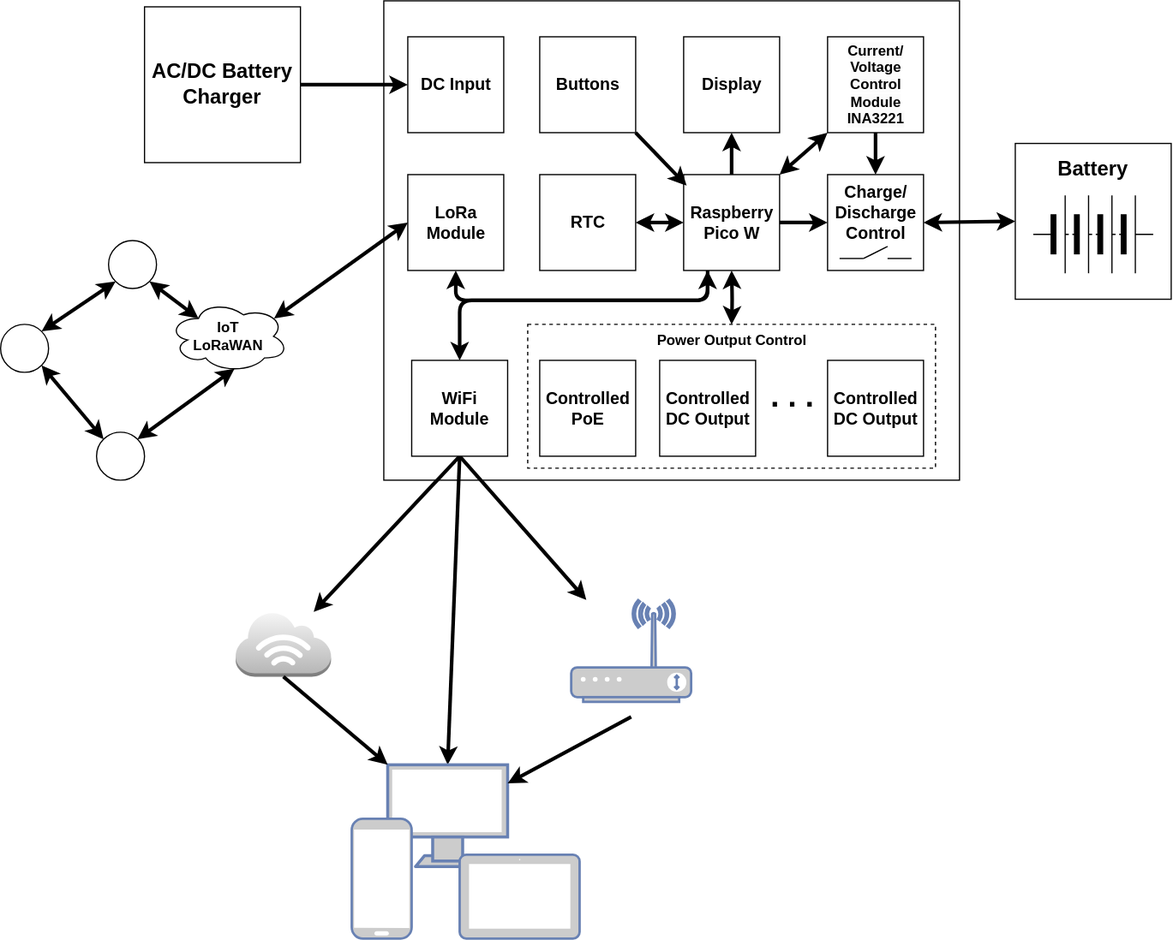
Above: docs/general_idea.drawio.svg in kdimonych/lead_barry (draw.io), before the change. Source tidied: cells renumbered, new cells last; positions are measured from the earlier drawing's top-left corner, leaving out a move shared by most shapes. Its diagram source:
```xml
<mxGraphModel background="#ffffff">
  <root>
    <mxCell id="0" />
    <mxCell id="1" parent="0" />
    <mxCell id="2" style="rounded=0;whiteSpace=wrap;html=1;fontFamily=Helvetica;fontSize=11;fontColor=default;labelBackgroundColor=default;fillColor=none;" parent="1" vertex="1">
      <mxGeometry x="319.5" width="480" height="400" as="geometry" />
    </mxCell>
    <mxCell id="3" style="group;" parent="1" vertex="1">
      <mxGeometry x="846" y="119" width="130" height="130" as="geometry" />
    </mxCell>
    <mxCell id="4" style="rounded=0;whiteSpace=wrap;html=1;" parent="3" vertex="1">
      <mxGeometry width="130" height="130" as="geometry" />
    </mxCell>
    <mxCell id="5" style="verticalLabelPosition=bottom;shadow=0;dashed=0;align=center;html=1;verticalAlign=top;shape=mxgraph.electrical.miscellaneous.batteryStack;" parent="3" vertex="1">
      <mxGeometry x="15" y="43.3" width="100" height="65" as="geometry" />
    </mxCell>
    <mxCell id="6" value="Battery" style="text;html=1;align=center;verticalAlign=middle;whiteSpace=wrap;rounded=0;fontSize=17;fontStyle=1;" parent="3" vertex="1">
      <mxGeometry width="130" height="43.3" as="geometry" />
    </mxCell>
    <mxCell id="7" value="LoRa Module" style="whiteSpace=wrap;html=1;fontSize=14;fontStyle=1;" parent="1" vertex="1">
      <mxGeometry x="339.5" y="145" width="80" height="80" as="geometry" />
    </mxCell>
    <mxCell id="8" value="Display" style="whiteSpace=wrap;html=1;fontSize=14;fontStyle=1;" parent="1" vertex="1">
      <mxGeometry x="569.5" y="30" width="80" height="80" as="geometry" />
    </mxCell>
    <mxCell id="9" value="RTC" style="whiteSpace=wrap;html=1;fontSize=14;fontStyle=1;" parent="1" vertex="1">
      <mxGeometry x="449.5" y="145" width="80" height="80" as="geometry" />
    </mxCell>
    <mxCell id="10" value="Buttons" style="whiteSpace=wrap;html=1;fontSize=14;fontStyle=1;" parent="1" vertex="1">
      <mxGeometry x="449.5" y="30" width="80" height="80" as="geometry" />
    </mxCell>
    <mxCell id="11" style="edgeStyle=none;shape=connector;rounded=1;html=1;exitX=0.5;exitY=1;exitDx=0;exitDy=0;entryX=0.5;entryY=0;entryDx=0;entryDy=0;strokeColor=default;strokeWidth=3;align=center;verticalAlign=middle;fontFamily=Helvetica;fontSize=11;fontColor=default;labelBackgroundColor=default;endArrow=classic;" parent="1" edge="1" source="12" target="14">
      <mxGeometry relative="1" as="geometry" />
    </mxCell>
    <mxCell id="12" value="&lt;span style=&quot;color: rgb(0, 0, 0); font-weight: 700; background-color: rgb(251, 251, 251);&quot;&gt;Current/&lt;/span&gt;&lt;div&gt;&lt;span style=&quot;color: rgb(0, 0, 0); font-weight: 700; background-color: rgb(251, 251, 251);&quot;&gt;Voltage Control&amp;nbsp;&lt;/span&gt;&lt;div&gt;&lt;font color=&quot;#000000&quot;&gt;&lt;span style=&quot;background-color: rgb(251, 251, 251);&quot;&gt;&lt;b&gt;Module&lt;/b&gt;&lt;/span&gt;&lt;/font&gt;&lt;/div&gt;&lt;/div&gt;&lt;div&gt;&lt;font color=&quot;#000000&quot;&gt;&lt;span style=&quot;background-color: rgb(251, 251, 251);&quot;&gt;&lt;b&gt;INA3221&lt;/b&gt;&lt;/span&gt;&lt;/font&gt;&lt;/div&gt;" style="rounded=0;whiteSpace=wrap;html=1;fontFamily=Helvetica;fontSize=12;fontColor=default;labelBackgroundColor=default;" parent="1" vertex="1">
      <mxGeometry x="689.5" y="30" width="80" height="80" as="geometry" />
    </mxCell>
    <mxCell id="13" style="group;" parent="1" vertex="1">
      <mxGeometry x="689.5" y="145" width="80" height="80" as="geometry" />
    </mxCell>
    <mxCell id="14" value="Charge/&lt;div&gt;Discharge Control&lt;/div&gt;" style="whiteSpace=wrap;html=1;fontSize=14;fontStyle=1;align=center;verticalAlign=top;" parent="13" vertex="1">
      <mxGeometry width="80" height="80" as="geometry" />
    </mxCell>
    <mxCell id="15" style="group;" parent="13" vertex="1">
      <mxGeometry x="10" y="60" width="60" height="10" as="geometry" />
    </mxCell>
    <mxCell id="16" style="endArrow=none;html=1;" parent="15" edge="1">
      <mxGeometry relative="1" as="geometry">
        <mxPoint y="10" as="sourcePoint" />
        <mxPoint x="20" y="10" as="targetPoint" />
      </mxGeometry>
    </mxCell>
    <mxCell id="17" style="endArrow=none;html=1;" parent="15" edge="1">
      <mxGeometry relative="1" as="geometry">
        <mxPoint x="40" y="10" as="sourcePoint" />
        <mxPoint x="60" y="10" as="targetPoint" />
      </mxGeometry>
    </mxCell>
    <mxCell id="18" style="endArrow=none;html=1;" parent="15" edge="1">
      <mxGeometry relative="1" as="geometry">
        <mxPoint x="20" y="10" as="sourcePoint" />
        <mxPoint x="40" as="targetPoint" />
      </mxGeometry>
    </mxCell>
    <mxCell id="19" value="DC Input" style="whiteSpace=wrap;html=1;fontSize=14;fontStyle=1;align=center;verticalAlign=middle;" parent="1" vertex="1">
      <mxGeometry x="339.5" y="30" width="80" height="80" as="geometry" />
    </mxCell>
    <mxCell id="20" style="edgeStyle=none;shape=connector;rounded=1;html=1;exitX=0.5;exitY=1;exitDx=0;exitDy=0;strokeColor=#000000;strokeWidth=3;align=center;verticalAlign=middle;fontFamily=Helvetica;fontSize=11;fontColor=default;labelBackgroundColor=default;endArrow=classic;entryX=0.5;entryY=0;entryDx=0;entryDy=0;entryPerimeter=0;fillColor=#bac8d3;shadow=0;" parent="1" edge="1" source="30" target="32">
      <mxGeometry relative="1" as="geometry" />
    </mxCell>
    <mxCell id="21" style="edgeStyle=none;shape=connector;rounded=1;html=1;exitX=1;exitY=0.5;exitDx=0;exitDy=0;strokeColor=default;strokeWidth=3;align=center;verticalAlign=middle;fontFamily=Helvetica;fontSize=11;fontColor=default;labelBackgroundColor=default;endArrow=classic;" parent="1" edge="1" source="27" target="14">
      <mxGeometry relative="1" as="geometry" />
    </mxCell>
    <mxCell id="22" style="edgeStyle=none;shape=connector;rounded=1;html=1;exitX=0.5;exitY=0;exitDx=0;exitDy=0;entryX=0.5;entryY=1;entryDx=0;entryDy=0;strokeColor=default;strokeWidth=3;align=center;verticalAlign=middle;fontFamily=Helvetica;fontSize=11;fontColor=default;labelBackgroundColor=default;endArrow=classic;" parent="1" edge="1" source="27" target="8">
      <mxGeometry relative="1" as="geometry" />
    </mxCell>
    <mxCell id="23" style="edgeStyle=elbowEdgeStyle;shape=connector;rounded=1;html=1;exitX=0.25;exitY=1;exitDx=0;exitDy=0;entryX=0.5;entryY=0;entryDx=0;entryDy=0;strokeColor=default;strokeWidth=3;align=center;verticalAlign=middle;fontFamily=Helvetica;fontSize=11;fontColor=default;labelBackgroundColor=default;endArrow=classic;elbow=vertical;" parent="1" edge="1" source="27" target="30">
      <mxGeometry relative="1" as="geometry">
        <Array as="points">
          <mxPoint x="499.5" y="250" />
        </Array>
      </mxGeometry>
    </mxCell>
    <mxCell id="24" style="edgeStyle=elbowEdgeStyle;shape=connector;rounded=1;html=1;entryX=0.5;entryY=1;entryDx=0;entryDy=0;strokeColor=default;strokeWidth=3;align=center;verticalAlign=middle;fontFamily=Helvetica;fontSize=11;fontColor=default;labelBackgroundColor=default;endArrow=classic;elbow=vertical;startArrow=classic;startFill=1;" parent="1" edge="1" target="7">
      <mxGeometry relative="1" as="geometry">
        <mxPoint x="589.5" y="225" as="sourcePoint" />
        <Array as="points">
          <mxPoint x="489.5" y="250" />
        </Array>
      </mxGeometry>
    </mxCell>
    <mxCell id="25" style="edgeStyle=none;shape=connector;rounded=1;html=1;exitX=0;exitY=0.5;exitDx=0;exitDy=0;entryX=1;entryY=0.5;entryDx=0;entryDy=0;strokeColor=default;strokeWidth=3;align=center;verticalAlign=middle;fontFamily=Helvetica;fontSize=11;fontColor=default;labelBackgroundColor=default;endArrow=classic;startArrow=classic;startFill=1;" parent="1" edge="1" source="27" target="9">
      <mxGeometry relative="1" as="geometry" />
    </mxCell>
    <mxCell id="26" style="edgeStyle=none;shape=connector;rounded=1;html=1;exitX=1;exitY=0;exitDx=0;exitDy=0;entryX=0;entryY=1;entryDx=0;entryDy=0;strokeColor=default;strokeWidth=3;align=center;verticalAlign=middle;fontFamily=Helvetica;fontSize=11;fontColor=default;labelBackgroundColor=default;endArrow=classic;startArrow=classic;startFill=1;" parent="1" edge="1" source="27" target="12">
      <mxGeometry relative="1" as="geometry" />
    </mxCell>
    <mxCell id="27" value="&lt;span style=&quot;color: rgb(0, 0, 0);&quot;&gt;Raspberry Pico W&lt;/span&gt;" style="whiteSpace=wrap;html=1;fontSize=14;fontStyle=1;" parent="1" vertex="1">
      <mxGeometry x="569.5" y="145" width="80" height="80" as="geometry" />
    </mxCell>
    <mxCell id="28" style="edgeStyle=none;shape=connector;rounded=1;html=1;exitX=0.5;exitY=1;exitDx=0;exitDy=0;strokeColor=#000000;strokeWidth=3;align=center;verticalAlign=middle;fontFamily=Helvetica;fontSize=11;fontColor=default;labelBackgroundColor=default;endArrow=classic;" parent="1" edge="1" source="30" target="37">
      <mxGeometry relative="1" as="geometry" />
    </mxCell>
    <mxCell id="29" style="edgeStyle=none;shape=connector;rounded=1;html=1;exitX=0.5;exitY=1;exitDx=0;exitDy=0;strokeColor=default;strokeWidth=3;align=center;verticalAlign=middle;fontFamily=Helvetica;fontSize=11;fontColor=default;labelBackgroundColor=default;endArrow=classic;" parent="1" edge="1" source="30" target="36">
      <mxGeometry relative="1" as="geometry" />
    </mxCell>
    <mxCell id="30" value="WiFi Module" style="whiteSpace=wrap;html=1;fontSize=14;fontStyle=1;" parent="1" vertex="1">
      <mxGeometry x="342.8" y="300" width="80" height="80" as="geometry" />
    </mxCell>
    <mxCell id="31" style="group;" parent="1" vertex="1">
      <mxGeometry x="292.8" y="637.5" width="190" height="145" as="geometry" />
    </mxCell>
    <mxCell id="32" style="fontColor=#0066CC;verticalAlign=top;verticalLabelPosition=bottom;labelPosition=center;align=center;html=1;outlineConnect=0;fillColor=#CCCCCC;strokeColor=#6881B3;gradientColor=none;gradientDirection=north;strokeWidth=2;shape=mxgraph.networks.monitor;" parent="31" vertex="1">
      <mxGeometry x="30" width="100" height="85" as="geometry" />
    </mxCell>
    <mxCell id="33" style="fontColor=#0066CC;verticalAlign=top;verticalLabelPosition=bottom;labelPosition=center;align=center;html=1;fillColor=#CCCCCC;strokeColor=#6881B3;gradientColor=none;gradientDirection=north;strokeWidth=2;shape=mxgraph.networks.tablet;" parent="31" vertex="1">
      <mxGeometry x="90" y="75" width="100" height="70" as="geometry" />
    </mxCell>
    <mxCell id="34" style="fontColor=#0066CC;verticalAlign=top;verticalLabelPosition=bottom;labelPosition=center;align=center;html=1;fillColor=#CCCCCC;strokeColor=#6881B3;gradientColor=none;gradientDirection=north;strokeWidth=2;shape=mxgraph.networks.mobile;" parent="31" vertex="1">
      <mxGeometry y="45" width="50" height="100" as="geometry" />
    </mxCell>
    <mxCell id="35" style="endArrow=classic;html=1;rounded=1;strokeColor=#000000;strokeWidth=3;align=center;verticalAlign=middle;fontFamily=Helvetica;fontSize=11;fontColor=default;labelBackgroundColor=default;edgeStyle=none;exitX=0.5;exitY=1;exitDx=0;exitDy=0;" parent="1" edge="1" target="32">
      <mxGeometry relative="1" as="geometry">
        <mxPoint x="525.7" y="597.5" as="sourcePoint" />
      </mxGeometry>
    </mxCell>
    <mxCell id="36" style="fontColor=#0066CC;verticalAlign=top;verticalLabelPosition=bottom;labelPosition=center;align=center;html=1;outlineConnect=0;fillColor=#CCCCCC;strokeColor=#6881B3;gradientColor=none;gradientDirection=north;strokeWidth=2;shape=mxgraph.networks.wireless_modem;" parent="1" vertex="1">
      <mxGeometry x="475.8" y="500" width="100" height="85" as="geometry" />
    </mxCell>
    <mxCell id="37" style="outlineConnect=0;dashed=0;verticalLabelPosition=bottom;verticalAlign=top;align=center;html=1;shape=mxgraph.aws3.internet_3;fillColor=#f5f5f5;fontFamily=Helvetica;fontSize=11;labelBackgroundColor=default;strokeColor=#666666;gradientColor=#b3b3b3;" parent="1" vertex="1">
      <mxGeometry x="196" y="510" width="79.5" height="54" as="geometry" />
    </mxCell>
    <mxCell id="38" style="edgeStyle=none;shape=connector;rounded=1;html=1;exitX=0.5;exitY=1;exitDx=0;exitDy=0;exitPerimeter=0;entryX=0;entryY=0;entryDx=0;entryDy=0;entryPerimeter=0;strokeColor=#000000;strokeWidth=3;align=center;verticalAlign=middle;fontFamily=Helvetica;fontSize=11;fontColor=default;labelBackgroundColor=default;endArrow=classic;" parent="1" edge="1" source="37" target="32">
      <mxGeometry relative="1" as="geometry" />
    </mxCell>
    <mxCell id="39" value="Power Output Control" style="rounded=0;whiteSpace=wrap;html=1;fontFamily=Helvetica;fontSize=12;fontColor=default;labelBackgroundColor=default;fillColor=none;fontStyle=1;verticalAlign=top;dashed=1;" parent="1" vertex="1">
      <mxGeometry x="439.5" y="270" width="340" height="120" as="geometry" />
    </mxCell>
    <mxCell id="40" value="Controlled DC Output" style="whiteSpace=wrap;html=1;fontSize=14;fontStyle=1;" parent="1" vertex="1">
      <mxGeometry x="689.5" y="300" width="80" height="80" as="geometry" />
    </mxCell>
    <mxCell id="41" value="Controlled PoE" style="whiteSpace=wrap;html=1;fontSize=14;fontStyle=1;" parent="1" vertex="1">
      <mxGeometry x="449.5" y="300" width="80" height="80" as="geometry" />
    </mxCell>
    <mxCell id="42" value="Controlled DC Output" style="whiteSpace=wrap;html=1;fontSize=14;fontStyle=1;" parent="1" vertex="1">
      <mxGeometry x="549.5" y="300" width="80" height="80" as="geometry" />
    </mxCell>
    <mxCell id="43" value=". . ." style="text;strokeColor=none;fillColor=none;html=1;fontSize=26;fontStyle=1;verticalAlign=middle;align=center;fontFamily=Helvetica;fontColor=default;labelBackgroundColor=default;" parent="1" vertex="1">
      <mxGeometry x="629.5" y="310" width="60" height="40" as="geometry" />
    </mxCell>
    <mxCell id="44" style="edgeStyle=none;shape=connector;rounded=1;html=1;exitX=1;exitY=0.5;exitDx=0;exitDy=0;entryX=0;entryY=0.5;entryDx=0;entryDy=0;strokeColor=default;strokeWidth=3;align=center;verticalAlign=middle;fontFamily=Helvetica;fontSize=11;fontColor=default;labelBackgroundColor=default;endArrow=classic;startArrow=classic;startFill=1;" parent="1" edge="1" source="14" target="4">
      <mxGeometry relative="1" as="geometry" />
    </mxCell>
    <mxCell id="45" style="edgeStyle=none;shape=connector;rounded=1;html=1;entryX=0.5;entryY=0;entryDx=0;entryDy=0;strokeColor=default;strokeWidth=3;align=center;verticalAlign=middle;fontFamily=Helvetica;fontSize=11;fontColor=default;labelBackgroundColor=default;endArrow=classic;exitX=0.5;exitY=1;exitDx=0;exitDy=0;startArrow=classic;startFill=1;" parent="1" edge="1" source="27" target="39">
      <mxGeometry relative="1" as="geometry">
        <Array as="points">
          <mxPoint x="610" y="250" />
        </Array>
      </mxGeometry>
    </mxCell>
    <mxCell id="46" style="edgeStyle=none;shape=connector;rounded=1;html=1;exitX=1;exitY=1;exitDx=0;exitDy=0;entryX=0.031;entryY=0.115;entryDx=0;entryDy=0;entryPerimeter=0;strokeColor=default;strokeWidth=3;align=center;verticalAlign=middle;fontFamily=Helvetica;fontSize=11;fontColor=default;labelBackgroundColor=default;endArrow=classic;" parent="1" edge="1" source="10" target="27">
      <mxGeometry relative="1" as="geometry" />
    </mxCell>
    <mxCell id="47" style="edgeStyle=none;shape=connector;rounded=1;html=1;exitX=1;exitY=0.5;exitDx=0;exitDy=0;strokeColor=default;strokeWidth=3;align=center;verticalAlign=middle;fontFamily=Helvetica;fontSize=11;fontColor=default;labelBackgroundColor=default;endArrow=classic;" parent="1" edge="1" source="48" target="19">
      <mxGeometry relative="1" as="geometry" />
    </mxCell>
    <mxCell id="48" value="&lt;span style=&quot;color: rgb(0, 0, 0); font-size: 17px; font-weight: 700;&quot;&gt;AC/DC Battery Charger&lt;/span&gt;" style="rounded=0;whiteSpace=wrap;html=1;verticalAlign=middle;" parent="1" vertex="1">
      <mxGeometry x="120" y="5" width="130" height="130" as="geometry" />
    </mxCell>
    <mxCell id="49" style="edgeStyle=none;shape=connector;rounded=1;html=1;exitX=0.25;exitY=0.25;exitDx=0;exitDy=0;exitPerimeter=0;entryX=1;entryY=1;entryDx=0;entryDy=0;strokeColor=default;strokeWidth=3;align=center;verticalAlign=middle;fontFamily=Helvetica;fontSize=11;fontColor=default;labelBackgroundColor=default;startArrow=classic;startFill=1;endArrow=classic;" parent="1" edge="1" source="50" target="56">
      <mxGeometry relative="1" as="geometry" />
    </mxCell>
    <mxCell id="50" value="IoT&lt;div&gt;LoRaWAN&lt;/div&gt;" style="ellipse;shape=cloud;whiteSpace=wrap;html=1;align=center;fontStyle=1;" parent="1" vertex="1">
      <mxGeometry x="140" y="250" width="100" height="60" as="geometry" />
    </mxCell>
    <mxCell id="51" style="edgeStyle=none;html=1;exitX=0;exitY=0.5;exitDx=0;exitDy=0;entryX=0.88;entryY=0.25;entryDx=0;entryDy=0;entryPerimeter=0;strokeWidth=3;startArrow=classic;startFill=1;" parent="1" edge="1" source="7" target="50">
      <mxGeometry relative="1" as="geometry" />
    </mxCell>
    <mxCell id="52" style="edgeStyle=none;shape=connector;rounded=1;html=1;exitX=1;exitY=1;exitDx=0;exitDy=0;entryX=0;entryY=0;entryDx=0;entryDy=0;strokeColor=default;strokeWidth=3;align=center;verticalAlign=middle;fontFamily=Helvetica;fontSize=11;fontColor=default;labelBackgroundColor=default;startArrow=classic;startFill=1;endArrow=classic;" parent="1" edge="1" source="53" target="54">
      <mxGeometry relative="1" as="geometry" />
    </mxCell>
    <mxCell id="53" style="ellipse;whiteSpace=wrap;html=1;" parent="1" vertex="1">
      <mxGeometry y="270" width="40" height="40" as="geometry" />
    </mxCell>
    <mxCell id="54" style="ellipse;whiteSpace=wrap;html=1;" parent="1" vertex="1">
      <mxGeometry x="80" y="360" width="40" height="40" as="geometry" />
    </mxCell>
    <mxCell id="55" style="edgeStyle=none;shape=connector;rounded=1;html=1;exitX=0;exitY=1;exitDx=0;exitDy=0;entryX=1;entryY=0;entryDx=0;entryDy=0;strokeColor=default;strokeWidth=3;align=center;verticalAlign=middle;fontFamily=Helvetica;fontSize=11;fontColor=default;labelBackgroundColor=default;startArrow=classic;startFill=1;endArrow=classic;" parent="1" edge="1" source="56" target="53">
      <mxGeometry relative="1" as="geometry" />
    </mxCell>
    <mxCell id="56" style="ellipse;whiteSpace=wrap;html=1;" parent="1" vertex="1">
      <mxGeometry x="90" y="200" width="40" height="40" as="geometry" />
    </mxCell>
    <mxCell id="57" style="edgeStyle=none;shape=connector;rounded=1;html=1;exitX=1;exitY=0;exitDx=0;exitDy=0;entryX=0.55;entryY=0.95;entryDx=0;entryDy=0;entryPerimeter=0;strokeColor=default;strokeWidth=3;align=center;verticalAlign=middle;fontFamily=Helvetica;fontSize=11;fontColor=default;labelBackgroundColor=default;startArrow=classic;startFill=1;endArrow=classic;" parent="1" edge="1" source="54" target="50">
      <mxGeometry relative="1" as="geometry" />
    </mxCell>
  </root>
</mxGraphModel>
```
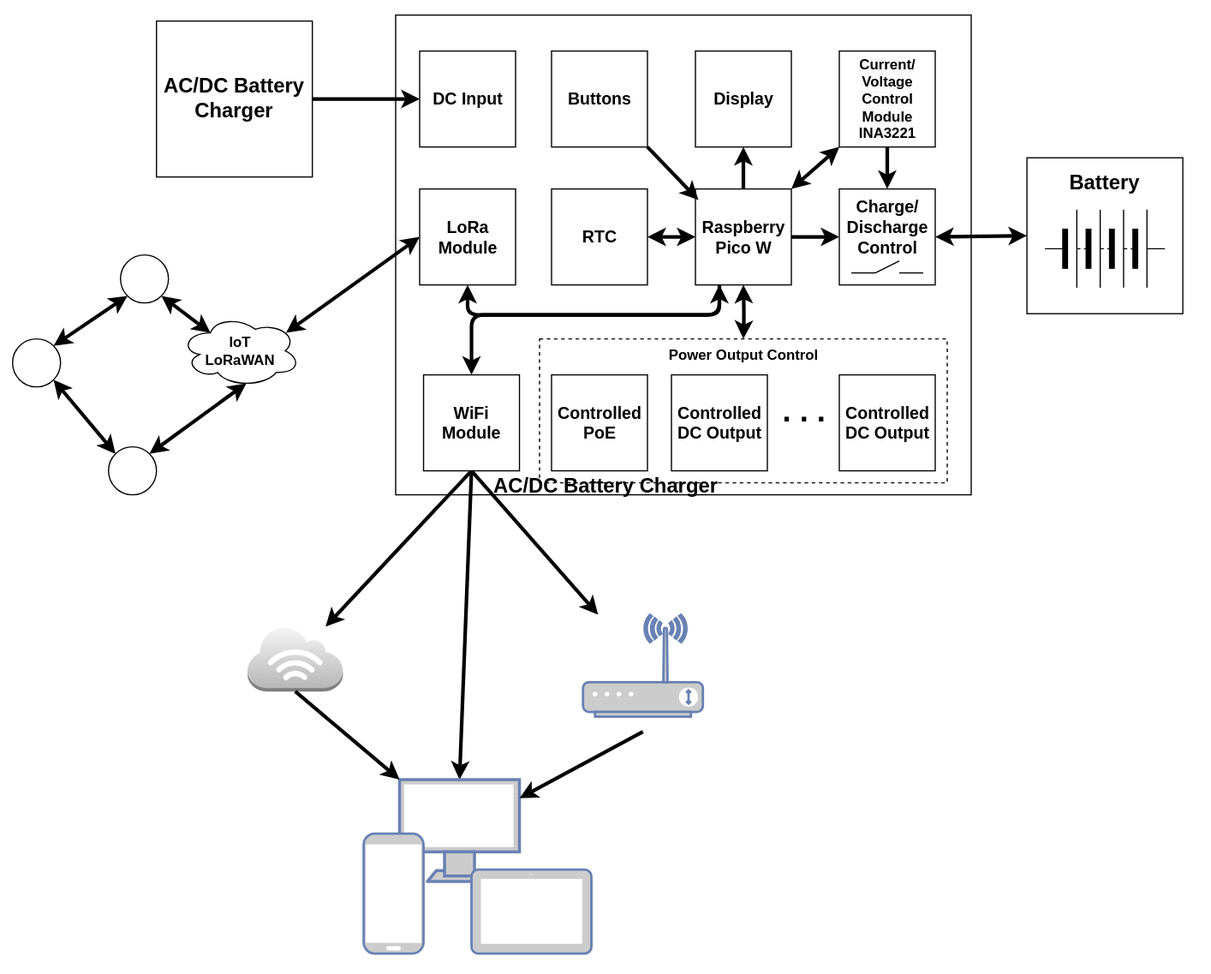
The same diagram one commit later.

Commit message:
fix: white background

Change to the diagram source:
```diff
@@ -2,6 +2,9 @@
   <root>
     <mxCell id="0" />
     <mxCell id="1" parent="0" />
+    <mxCell id="58" value="&lt;span style=&quot;color: rgb(0, 0, 0); font-size: 17px; font-weight: 700;&quot;&gt;AC/DC Battery Charger&lt;/span&gt;" style="rounded=0;whiteSpace=wrap;html=1;verticalAlign=middle;strokeColor=none;" parent="1" vertex="1">
+      <mxGeometry x="-10" y="-12" width="1010" height="811" as="geometry" />
+    </mxCell>
     <mxCell id="2" style="rounded=0;whiteSpace=wrap;html=1;fontFamily=Helvetica;fontSize=11;fontColor=default;labelBackgroundColor=default;fillColor=none;" parent="1" vertex="1">
       <mxGeometry x="319.5" width="480" height="400" as="geometry" />
     </mxCell>
```
